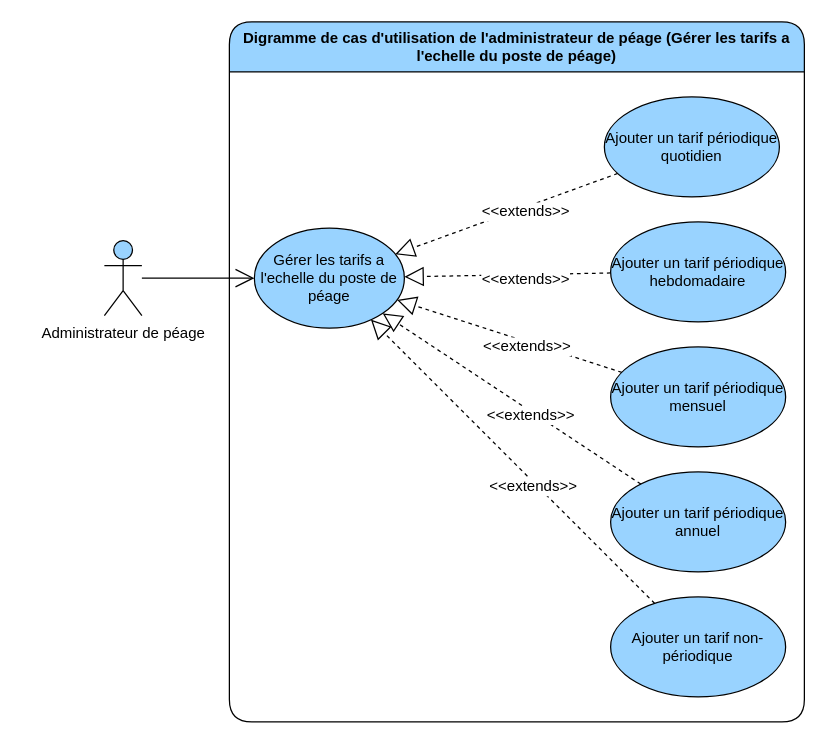
The draw.io diagram page "gerer les tarifs a l'echelle du poste de péage" (4 of 4) of diagrams/use-case/administrateur-de-peage.drawio in devlotfi/peage-pay, before the edit. Source tidied: cells renumbered, new cells numbered last; positions are measured from the earlier drawing's top-left corner, leaving out a move shared by most shapes. Both pictures are drawn from the tidied source at 125%, with x=0, y=0 at pixel (104, 21).
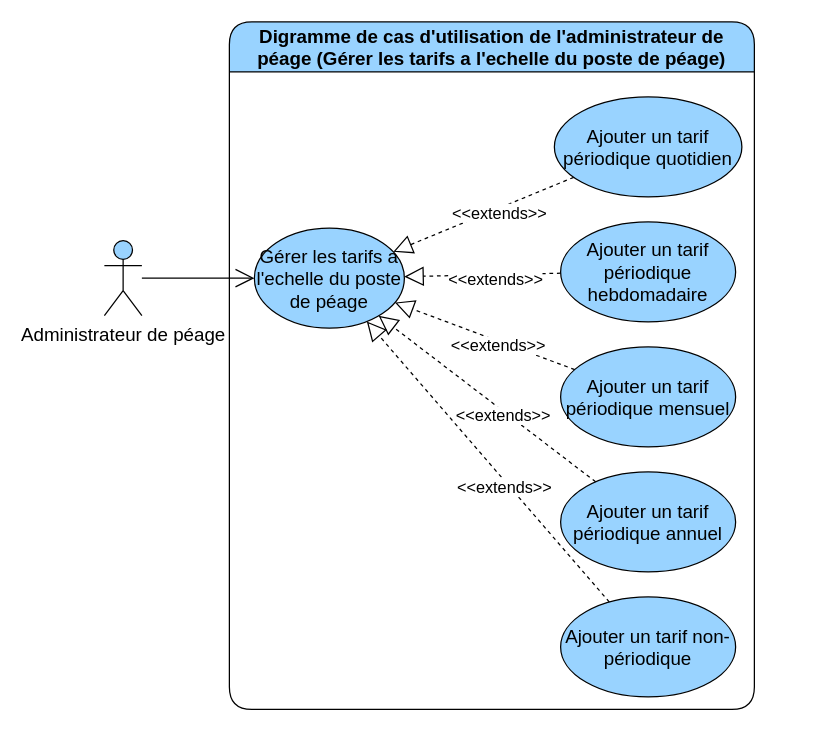
Above is the later version.

The edit, as a diff of the source:
```diff
@@
-    <mxCell id="2" value="Digramme de cas d'utilisation de l'administrateur de péage (Gérer les tarifs a l'echelle du poste de péage)" style="swimlane;whiteSpace=wrap;html=1;rounded=1;fillColor=#99D3FF;startSize=40;" parent="1" vertex="1">
-      <mxGeometry x="100" width="460" height="560" as="geometry" />
+    <mxCell id="2" value="Digramme de cas d'utilisation de l'administrateur de péage (Gérer les tarifs a l'echelle du poste de péage)" style="swimlane;whiteSpace=wrap;html=1;rounded=1;fillColor=#99D3FF;startSize=40;fontSize=15;" parent="1" vertex="1">
+      <mxGeometry x="100" width="420" height="550" as="geometry" />
     </mxCell>
-    <mxCell id="3" value="Gérer les tarifs a l'echelle du poste de péage" style="ellipse;whiteSpace=wrap;html=1;strokeColor=default;align=center;verticalAlign=middle;fontFamily=Helvetica;fontSize=12;fontColor=default;fillColor=#99D3FF;" parent="2" vertex="1">
+    <mxCell id="3" value="Gérer les tarifs a l'echelle du poste de péage" style="ellipse;whiteSpace=wrap;html=1;strokeColor=default;align=center;verticalAlign=middle;fontFamily=Helvetica;fontSize=15;fontColor=default;fillColor=#99D3FF;" parent="2" vertex="1">
       <mxGeometry x="20" y="165" width="120" height="80" as="geometry" />
     </mxCell>
-    <mxCell id="4" style="edgeStyle=none;rounded=0;jettySize=auto;html=1;dashed=1;strokeColor=default;align=center;verticalAlign=middle;fontFamily=Helvetica;fontSize=12;fontColor=default;labelBackgroundColor=default;startSize=6;endArrow=block;endFill=0;endSize=13;" parent="2" edge="1" source="6" target="3">
+    <mxCell id="4" style="edgeStyle=none;rounded=0;jettySize=auto;html=1;dashed=1;strokeColor=default;align=center;verticalAlign=middle;fontFamily=Helvetica;fontSize=15;fontColor=default;labelBackgroundColor=default;startSize=6;endArrow=block;endFill=0;endSize=13;" parent="2" edge="1" source="6" target="3">
       <mxGeometry relative="1" as="geometry" />
     </mxCell>
-    <mxCell id="5" value="&amp;lt;&amp;lt;extends&amp;gt;&amp;gt;" style="edgeLabel;html=1;align=center;verticalAlign=middle;strokeColor=default;fontFamily=Helvetica;fontSize=12;fontColor=default;labelBackgroundColor=default;fillColor=#99D3FF;" parent="4" vertex="1">
+    <mxCell id="5" value="&amp;lt;&amp;lt;extends&amp;gt;&amp;gt;" style="edgeLabel;html=1;align=center;verticalAlign=middle;strokeColor=default;fontFamily=Helvetica;fontSize=13;fontColor=default;labelBackgroundColor=default;fillColor=#99D3FF;" parent="4" vertex="1">
       <mxGeometry x="-0.16" y="3" relative="1" as="geometry" />
     </mxCell>
-    <mxCell id="6" value="Ajouter un tarif périodique quotidien" style="ellipse;whiteSpace=wrap;html=1;strokeColor=default;align=center;verticalAlign=middle;fontFamily=Helvetica;fontSize=12;fontColor=default;fillColor=#99D3FF;" parent="2" vertex="1">
-      <mxGeometry x="300" y="60" width="140" height="80" as="geometry" />
+    <mxCell id="6" value="Ajouter un tarif périodique quotidien" style="ellipse;whiteSpace=wrap;html=1;strokeColor=default;align=center;verticalAlign=middle;fontFamily=Helvetica;fontSize=15;fontColor=default;fillColor=#99D3FF;" parent="2" vertex="1">
+      <mxGeometry x="260" y="60" width="150" height="80" as="geometry" />
     </mxCell>
-    <mxCell id="7" value="Ajouter un tarif périodique hebdomadaire" style="ellipse;whiteSpace=wrap;html=1;strokeColor=default;align=center;verticalAlign=middle;fontFamily=Helvetica;fontSize=12;fontColor=default;fillColor=#99D3FF;" parent="2" vertex="1">
-      <mxGeometry x="305" y="160" width="140" height="80" as="geometry" />
+    <mxCell id="7" value="Ajouter un tarif périodique hebdomadaire" style="ellipse;whiteSpace=wrap;html=1;strokeColor=default;align=center;verticalAlign=middle;fontFamily=Helvetica;fontSize=15;fontColor=default;fillColor=#99D3FF;" parent="2" vertex="1">
+      <mxGeometry x="265" y="160" width="140" height="80" as="geometry" />
     </mxCell>
-    <mxCell id="8" value="Ajouter un tarif périodique mensuel" style="ellipse;whiteSpace=wrap;html=1;strokeColor=default;align=center;verticalAlign=middle;fontFamily=Helvetica;fontSize=12;fontColor=default;fillColor=#99D3FF;" parent="2" vertex="1">
-      <mxGeometry x="305" y="260" width="140" height="80" as="geometry" />
+    <mxCell id="8" value="Ajouter un tarif périodique mensuel" style="ellipse;whiteSpace=wrap;html=1;strokeColor=default;align=center;verticalAlign=middle;fontFamily=Helvetica;fontSize=15;fontColor=default;fillColor=#99D3FF;" parent="2" vertex="1">
+      <mxGeometry x="265" y="260" width="140" height="80" as="geometry" />
     </mxCell>
-    <mxCell id="9" value="Ajouter un tarif périodique annuel" style="ellipse;whiteSpace=wrap;html=1;strokeColor=default;align=center;verticalAlign=middle;fontFamily=Helvetica;fontSize=12;fontColor=default;fillColor=#99D3FF;" parent="2" vertex="1">
-      <mxGeometry x="305" y="360" width="140" height="80" as="geometry" />
+    <mxCell id="9" value="Ajouter un tarif périodique annuel" style="ellipse;whiteSpace=wrap;html=1;strokeColor=default;align=center;verticalAlign=middle;fontFamily=Helvetica;fontSize=15;fontColor=default;fillColor=#99D3FF;" parent="2" vertex="1">
+      <mxGeometry x="265" y="360" width="140" height="80" as="geometry" />
     </mxCell>
-    <mxCell id="10" value="Ajouter un tarif non-périodique" style="ellipse;whiteSpace=wrap;html=1;strokeColor=default;align=center;verticalAlign=middle;fontFamily=Helvetica;fontSize=12;fontColor=default;fillColor=#99D3FF;" parent="2" vertex="1">
-      <mxGeometry x="305" y="460" width="140" height="80" as="geometry" />
+    <mxCell id="10" value="Ajouter un tarif non-périodique" style="ellipse;whiteSpace=wrap;html=1;strokeColor=default;align=center;verticalAlign=middle;fontFamily=Helvetica;fontSize=15;fontColor=default;fillColor=#99D3FF;" parent="2" vertex="1">
+      <mxGeometry x="265" y="460" width="140" height="80" as="geometry" />
     </mxCell>
-    <mxCell id="11" style="edgeStyle=none;rounded=0;jettySize=auto;html=1;dashed=1;strokeColor=default;align=center;verticalAlign=middle;fontFamily=Helvetica;fontSize=12;fontColor=default;labelBackgroundColor=default;startSize=6;endArrow=block;endFill=0;endSize=13;" parent="2" edge="1" source="7" target="3">
+    <mxCell id="11" style="edgeStyle=none;rounded=0;jettySize=auto;html=1;dashed=1;strokeColor=default;align=center;verticalAlign=middle;fontFamily=Helvetica;fontSize=15;fontColor=default;labelBackgroundColor=default;startSize=6;endArrow=block;endFill=0;endSize=13;" parent="2" edge="1" source="7" target="3">
       <mxGeometry relative="1" as="geometry" />
     </mxCell>
-    <mxCell id="12" value="&amp;lt;&amp;lt;extends&amp;gt;&amp;gt;" style="edgeLabel;html=1;align=center;verticalAlign=middle;strokeColor=default;fontFamily=Helvetica;fontSize=12;fontColor=default;labelBackgroundColor=default;fillColor=#99D3FF;" parent="11" vertex="1">
+    <mxCell id="12" value="&amp;lt;&amp;lt;extends&amp;gt;&amp;gt;" style="edgeLabel;html=1;align=center;verticalAlign=middle;strokeColor=default;fontFamily=Helvetica;fontSize=13;fontColor=default;labelBackgroundColor=default;fillColor=#99D3FF;" parent="11" vertex="1">
       <mxGeometry x="-0.16" y="3" relative="1" as="geometry" />
     </mxCell>
-    <mxCell id="13" style="edgeStyle=none;rounded=0;jettySize=auto;html=1;dashed=1;strokeColor=default;align=center;verticalAlign=middle;fontFamily=Helvetica;fontSize=12;fontColor=default;labelBackgroundColor=default;startSize=6;endArrow=block;endFill=0;endSize=13;" parent="2" edge="1" source="8" target="3">
+    <mxCell id="13" style="edgeStyle=none;rounded=0;jettySize=auto;html=1;dashed=1;strokeColor=default;align=center;verticalAlign=middle;fontFamily=Helvetica;fontSize=15;fontColor=default;labelBackgroundColor=default;startSize=6;endArrow=block;endFill=0;endSize=13;" parent="2" edge="1" source="8" target="3">
       <mxGeometry relative="1" as="geometry" />
     </mxCell>
-    <mxCell id="14" value="&amp;lt;&amp;lt;extends&amp;gt;&amp;gt;" style="edgeLabel;html=1;align=center;verticalAlign=middle;strokeColor=default;fontFamily=Helvetica;fontSize=12;fontColor=default;labelBackgroundColor=default;fillColor=#99D3FF;" parent="13" vertex="1">
+    <mxCell id="14" value="&amp;lt;&amp;lt;extends&amp;gt;&amp;gt;" style="edgeLabel;html=1;align=center;verticalAlign=middle;strokeColor=default;fontFamily=Helvetica;fontSize=13;fontColor=default;labelBackgroundColor=default;fillColor=#99D3FF;" parent="13" vertex="1">
       <mxGeometry x="-0.16" y="3" relative="1" as="geometry" />
     </mxCell>
-    <mxCell id="15" style="edgeStyle=none;rounded=0;jettySize=auto;html=1;dashed=1;strokeColor=default;align=center;verticalAlign=middle;fontFamily=Helvetica;fontSize=12;fontColor=default;labelBackgroundColor=default;startSize=6;endArrow=block;endFill=0;endSize=13;" parent="2" edge="1" source="9" target="3">
+    <mxCell id="15" style="edgeStyle=none;rounded=0;jettySize=auto;html=1;dashed=1;strokeColor=default;align=center;verticalAlign=middle;fontFamily=Helvetica;fontSize=15;fontColor=default;labelBackgroundColor=default;startSize=6;endArrow=block;endFill=0;endSize=13;" parent="2" edge="1" source="9" target="3">
       <mxGeometry relative="1" as="geometry" />
     </mxCell>
-    <mxCell id="16" value="&amp;lt;&amp;lt;extends&amp;gt;&amp;gt;" style="edgeLabel;html=1;align=center;verticalAlign=middle;strokeColor=default;fontFamily=Helvetica;fontSize=12;fontColor=default;labelBackgroundColor=default;fillColor=#99D3FF;" parent="15" vertex="1">
+    <mxCell id="16" value="&amp;lt;&amp;lt;extends&amp;gt;&amp;gt;" style="edgeLabel;html=1;align=center;verticalAlign=middle;strokeColor=default;fontFamily=Helvetica;fontSize=13;fontColor=default;labelBackgroundColor=default;fillColor=#99D3FF;" parent="15" vertex="1">
       <mxGeometry x="-0.16" y="3" relative="1" as="geometry" />
     </mxCell>
-    <mxCell id="17" style="edgeStyle=none;rounded=0;jettySize=auto;html=1;dashed=1;strokeColor=default;align=center;verticalAlign=middle;fontFamily=Helvetica;fontSize=12;fontColor=default;labelBackgroundColor=default;startSize=6;endArrow=block;endFill=0;endSize=13;" parent="2" edge="1" source="10" target="3">
+    <mxCell id="17" style="edgeStyle=none;rounded=0;jettySize=auto;html=1;dashed=1;strokeColor=default;align=center;verticalAlign=middle;fontFamily=Helvetica;fontSize=15;fontColor=default;labelBackgroundColor=default;startSize=6;endArrow=block;endFill=0;endSize=13;" parent="2" edge="1" source="10" target="3">
       <mxGeometry relative="1" as="geometry" />
     </mxCell>
-    <mxCell id="18" value="&amp;lt;&amp;lt;extends&amp;gt;&amp;gt;" style="edgeLabel;html=1;align=center;verticalAlign=middle;strokeColor=default;fontFamily=Helvetica;fontSize=12;fontColor=default;labelBackgroundColor=default;fillColor=#99D3FF;" parent="17" vertex="1">
+    <mxCell id="18" value="&amp;lt;&amp;lt;extends&amp;gt;&amp;gt;" style="edgeLabel;html=1;align=center;verticalAlign=middle;strokeColor=default;fontFamily=Helvetica;fontSize=13;fontColor=default;labelBackgroundColor=default;fillColor=#99D3FF;" parent="17" vertex="1">
       <mxGeometry x="-0.16" y="3" relative="1" as="geometry" />
     </mxCell>
-    <mxCell id="19" style="rounded=0;jettySize=auto;html=1;fontFamily=Helvetica;fontSize=12;fontColor=default;endArrow=open;endFill=0;startSize=6;endSize=13;" parent="1" edge="1" source="20" target="3">
+    <mxCell id="19" style="rounded=0;jettySize=auto;html=1;fontFamily=Helvetica;fontSize=15;fontColor=default;endArrow=open;endFill=0;startSize=6;endSize=13;" parent="1" edge="1" source="20" target="3">
       <mxGeometry relative="1" as="geometry" />
     </mxCell>
-    <mxCell id="20" value="Administrateur&amp;nbsp;de péage" style="shape=umlActor;verticalLabelPosition=bottom;verticalAlign=top;html=1;outlineConnect=0;strokeColor=default;align=center;fontFamily=Helvetica;fontSize=12;fontColor=default;fillColor=#99D3FF;" parent="1" vertex="1">
+    <mxCell id="20" value="Administrateur&amp;nbsp;de péage" style="shape=umlActor;verticalLabelPosition=bottom;verticalAlign=top;html=1;outlineConnect=0;strokeColor=default;align=center;fontFamily=Helvetica;fontSize=15;fontColor=default;fillColor=#99D3FF;" parent="1" vertex="1">
       <mxGeometry y="175" width="30" height="60" as="geometry" />
     </mxCell>
```
